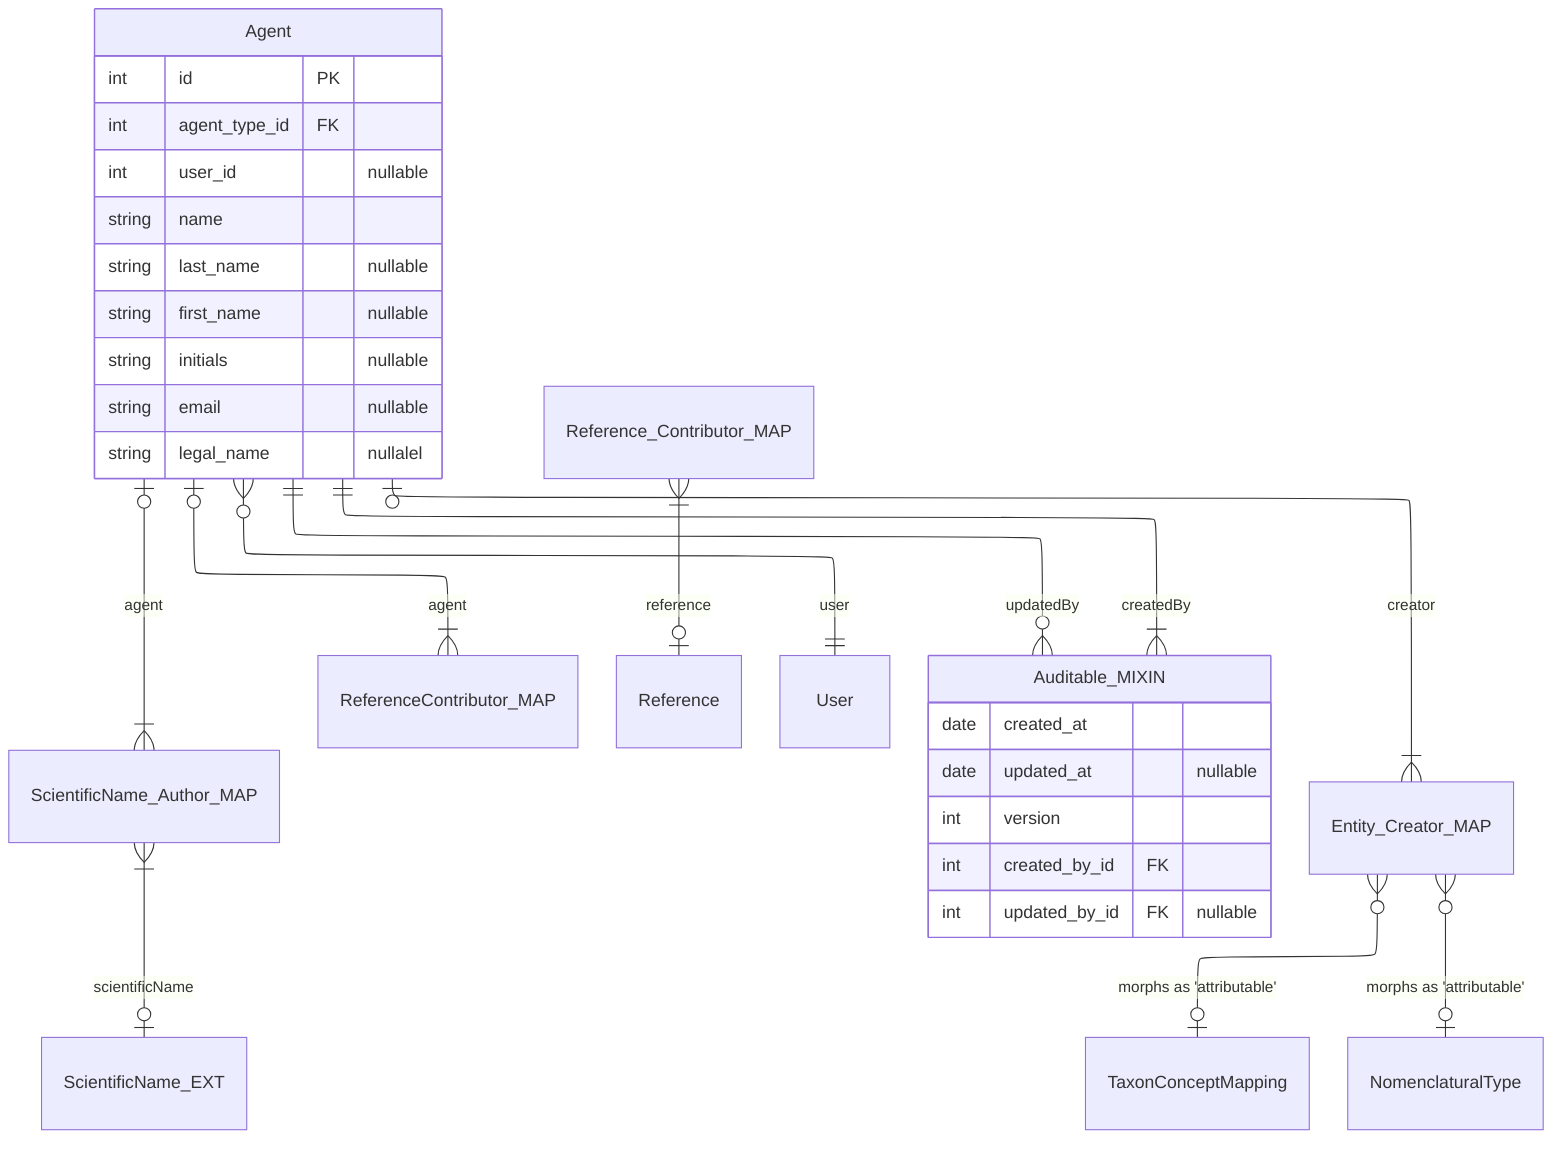
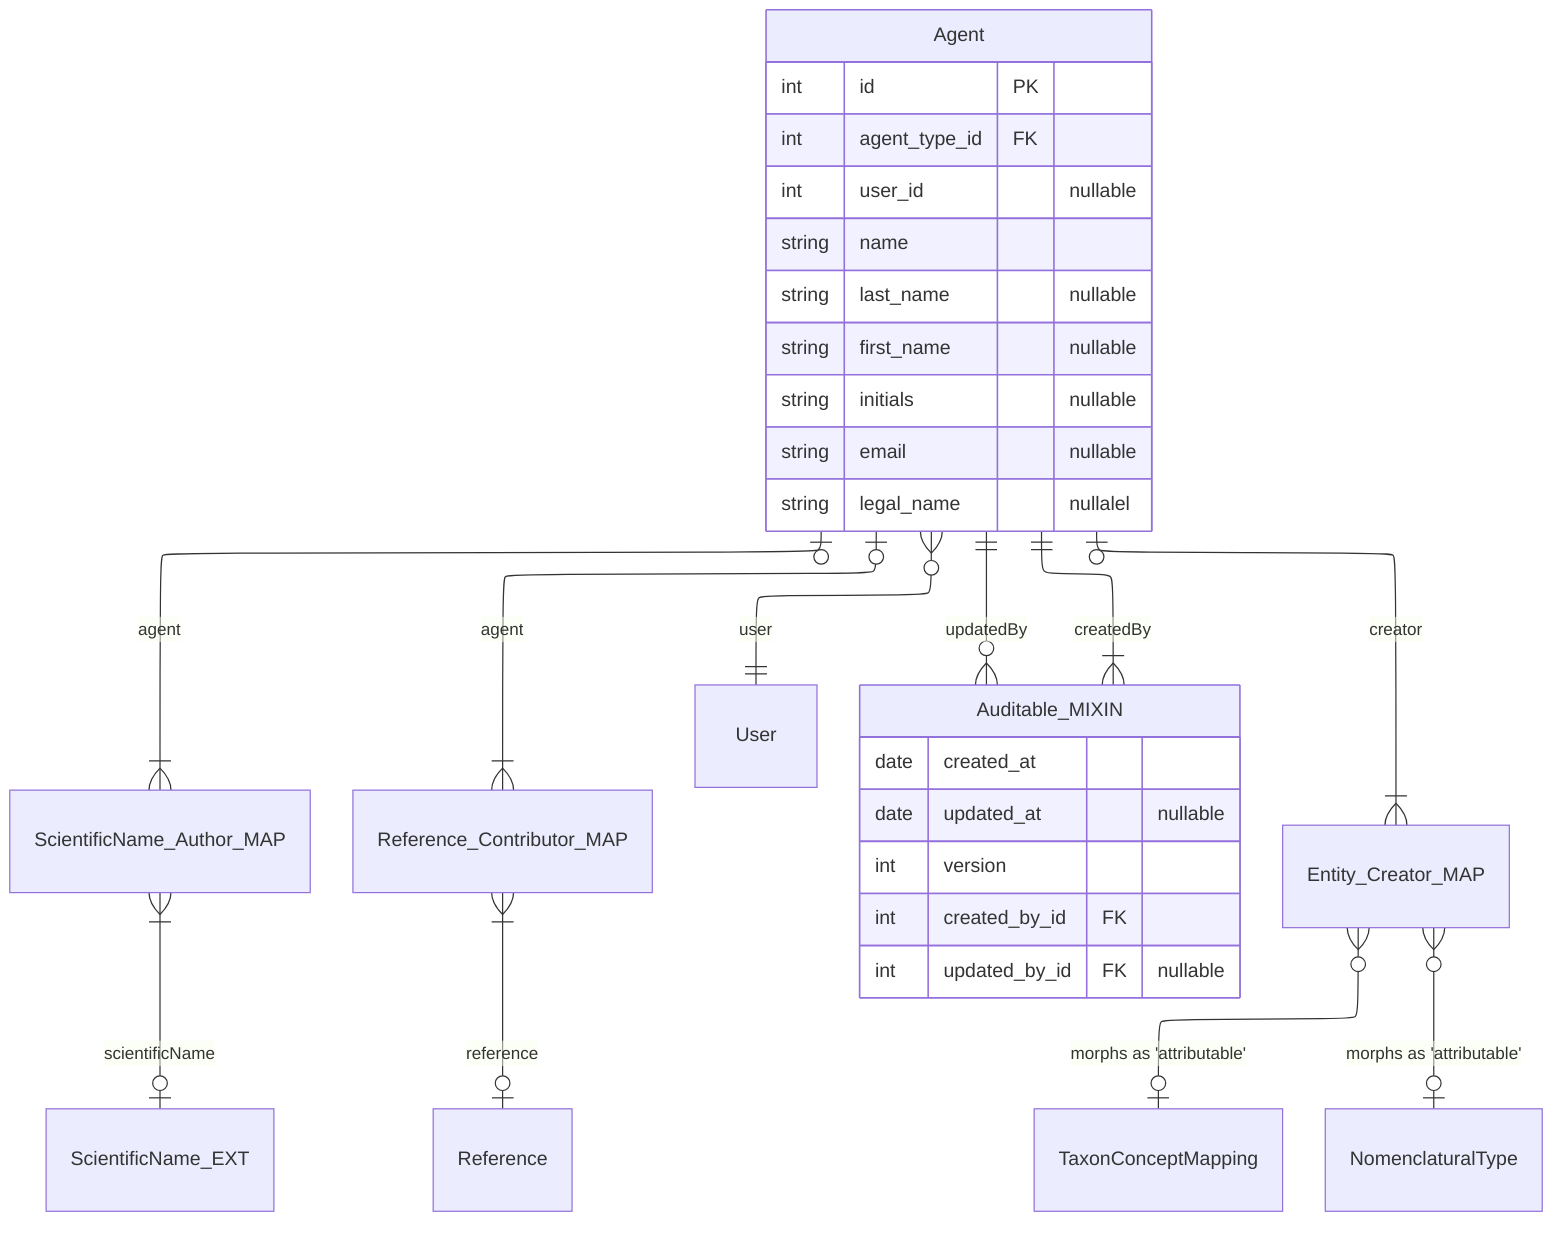
---
config:
  layout: elk
---
erDiagram

  Agent |o--|{ScientificName_Author_MAP : "agent"
  ScientificName_Author_MAP }|--o| ScientificName_EXT : "scientificName"

-   Agent |o--|{ ReferenceContributor_MAP : agent
+   Agent |o--|{ Reference_Contributor_MAP : agent
  Reference_Contributor_MAP }|--o| Reference : "reference"

  Agent }o--|| User : user
  Agent ||--|{ Auditable_MIXIN : "createdBy"
  Agent ||--o{ Auditable_MIXIN : "updatedBy"

  Agent |o--|{ Entity_Creator_MAP : "creator"
  Entity_Creator_MAP }o--o| TaxonConceptMapping : "morphs as 'attributable'"
  Entity_Creator_MAP }o--o| NomenclaturalType : "morphs as 'attributable'"

  Agent {
    int id PK
    int agent_type_id FK
    int user_id "nullable"
    string name
    string last_name "nullable"
    string first_name "nullable"
    string initials "nullable"
    string email "nullable"
    string legal_name "nullalel"
  }

  Auditable_MIXIN {
    date created_at
    date updated_at "nullable"
    int version
    int created_by_id FK
    int updated_by_id FK "nullable"
  }